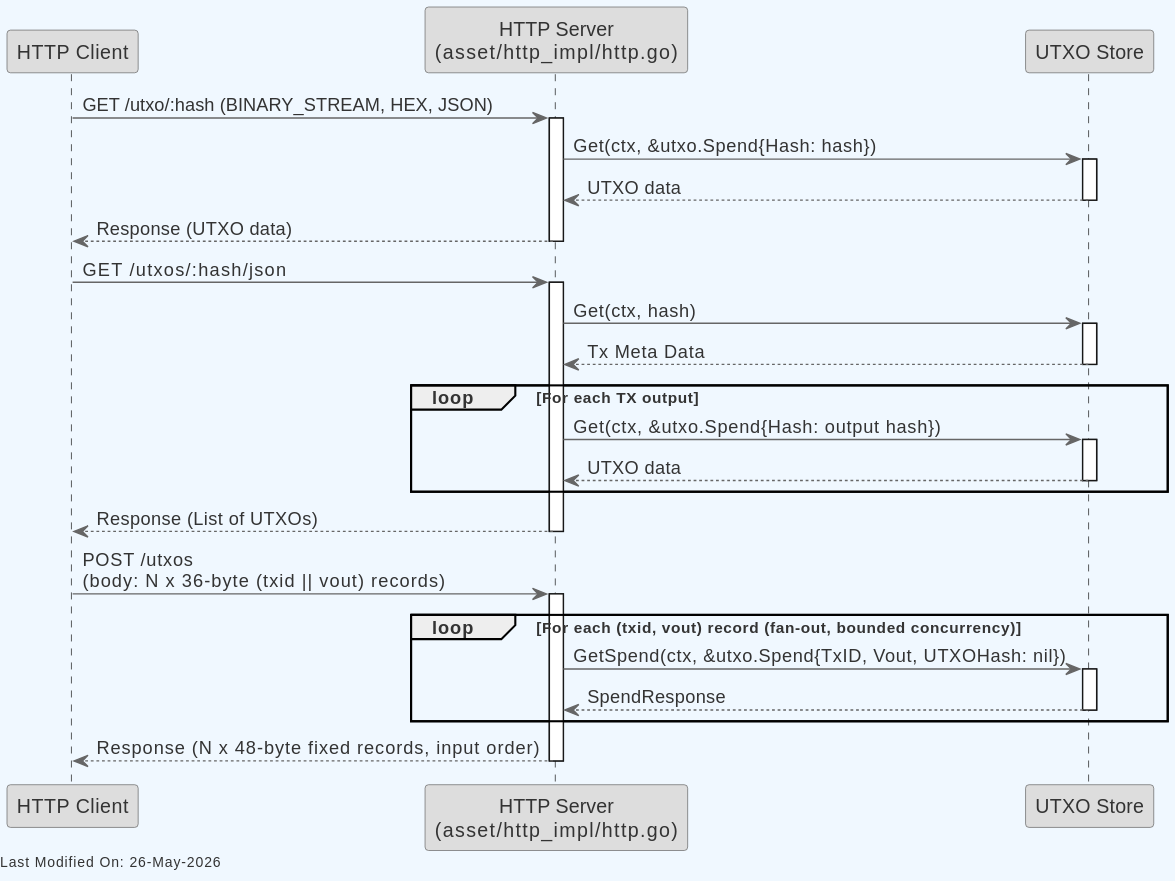
icellan/teranode keeps this PlantUML diagram as docs/topics/services/img/plantuml/assetserver/asset_server_http_get_utxo.svg. Above is the earlier version. Source of this version:
```plantuml
@startuml
skinparam backgroundColor #F0F8FF
skinparam defaultFontColor #333333
skinparam arrowColor #666666

skinparam entity {
  BorderColor #666666
  BackgroundColor #DDDDDD
}

skinparam control {
  BorderColor #666666
  BackgroundColor #DDDDDD
}

skinparam participant {
  BorderColor #666666
  BackgroundColor #DDDDDD
}



participant "HTTP Client" as Client
participant "HTTP Server\n(asset/http_impl/http.go)" as HTTPServer
participant "UTXO Store" as Utxo

Client -> HTTPServer : GET /utxo/:hash (BINARY_STREAM, HEX, JSON)
activate HTTPServer
HTTPServer -> Utxo : Get(ctx, &utxo.Spend{Hash: hash})
activate Utxo
Utxo --> HTTPServer : UTXO data
deactivate Utxo
HTTPServer --> Client : Response (UTXO data)
deactivate HTTPServer

Client -> HTTPServer : GET /utxos/:hash/json
activate HTTPServer
HTTPServer -> Utxo : Get(ctx, hash)
activate Utxo
Utxo --> HTTPServer : Tx Meta Data
deactivate Utxo

loop For each TX output
    HTTPServer -> Utxo : Get(ctx, &utxo.Spend{Hash: output hash})
    activate Utxo
    Utxo --> HTTPServer : UTXO data
    deactivate Utxo
end

HTTPServer --> Client : Response (List of UTXOs)
deactivate HTTPServer

Client -> HTTPServer : POST /utxos\n(body: N x 36-byte (txid || vout) records)
activate HTTPServer

loop For each (txid, vout) record (fan-out, bounded concurrency)
    HTTPServer -> Utxo : GetSpend(ctx, &utxo.Spend{TxID, Vout, UTXOHash: nil})
    activate Utxo
    Utxo --> HTTPServer : SpendResponse
    deactivate Utxo
end

HTTPServer --> Client : Response (N x 48-byte fixed records, input order)
deactivate HTTPServer

left footer Last Modified On: %date("dd-MMM-yyyy")
@enduml
```
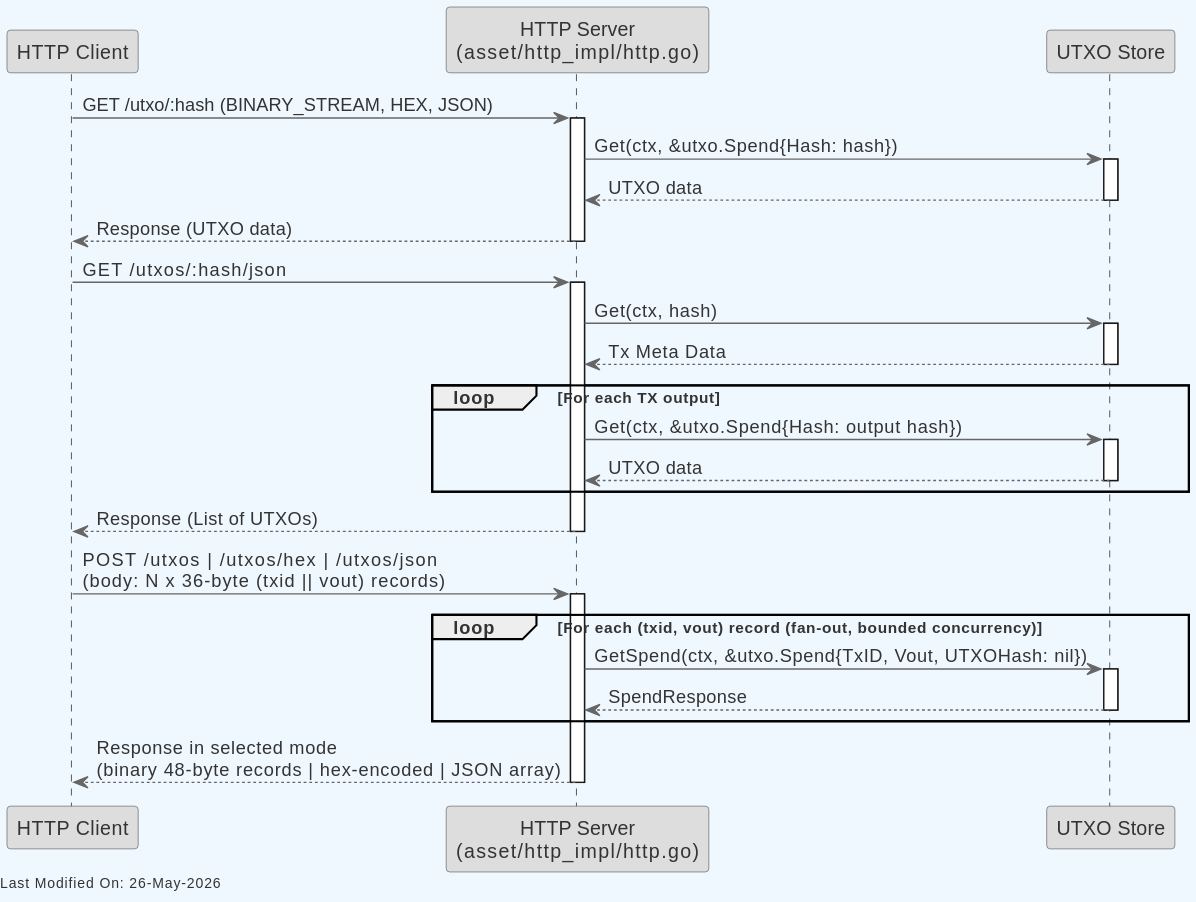
Above is the later version.

Commit message:
feat(asset/http): bulk /utxos endpoint supports JSON and HEX response modes

Change to the diagram source:
```diff
@@ -50,7 +50,7 @@
 HTTPServer --> Client : Response (List of UTXOs)
 deactivate HTTPServer
 
-Client -> HTTPServer : POST /utxos\n(body: N x 36-byte (txid || vout) records)
+Client -> HTTPServer : POST /utxos | /utxos/hex | /utxos/json\n(body: N x 36-byte (txid || vout) records)
 activate HTTPServer
 
 loop For each (txid, vout) record (fan-out, bounded concurrency)
@@ -60,7 +60,7 @@
     deactivate Utxo
 end
 
-HTTPServer --> Client : Response (N x 48-byte fixed records, input order)
+HTTPServer --> Client : Response in selected mode\n(binary 48-byte records | hex-encoded | JSON array)
 deactivate HTTPServer
 
 left footer Last Modified On: %date("dd-MMM-yyyy")
```
